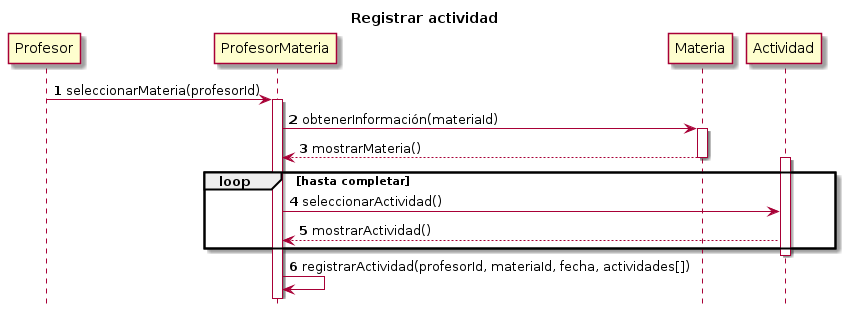
Above: secuencia/registrarActividad.png in DidierDiaz/UML-Code-Generator (PlantUML), before the change.
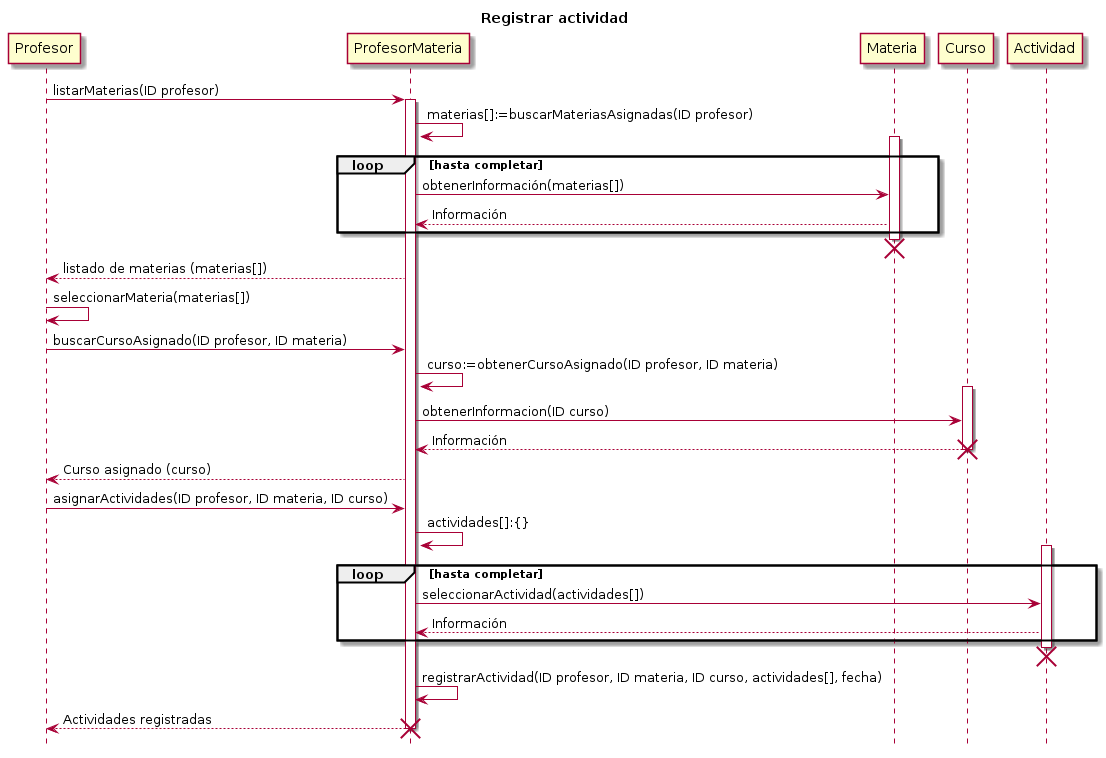
The same diagram one commit later.

Commit message:
Modificación en diagrama de clases y secuencias (registro de actividades y calificaciones)

Diff of the diagram source:
```diff
@@ -2,24 +2,52 @@
 
 	title Registrar actividad
 	hide footbox
-	autonumber
 
-	Profesor -> ProfesorMateria: seleccionarMateria(profesorId)
+	Profesor -> ProfesorMateria: listarMaterias(ID profesor)
 	activate ProfesorMateria
 
-	ProfesorMateria -> Materia: obtenerInformación(materiaId)
+	ProfesorMateria -> ProfesorMateria: materias[]:=buscarMateriasAsignadas(ID profesor)
+
 	activate Materia
+	loop hasta completar
+		ProfesorMateria -> Materia: obtenerInformación(materias[])
+		Materia --> ProfesorMateria: Información
+	end
+	deactivate Materia
+	destroy Materia
 
-	Materia --> ProfesorMateria: mostrarMateria()
-	deactivate Materia
+	ProfesorMateria --> Profesor: listado de materias (materias[])
+
+	Profesor -> Profesor: seleccionarMateria(materias[])
+
+	Profesor -> ProfesorMateria: buscarCursoAsignado(ID profesor, ID materia)
+
+	ProfesorMateria -> ProfesorMateria: curso:=obtenerCursoAsignado(ID profesor, ID materia)
+
+	activate Curso
+	ProfesorMateria -> Curso: obtenerInformacion(ID curso)
+	Curso --> ProfesorMateria: Información
+	destroy Curso
+
+	ProfesorMateria --> Profesor: Curso asignado (curso)
+
+	Profesor -> ProfesorMateria: asignarActividades(ID profesor, ID materia, ID curso)
+
+	ProfesorMateria -> ProfesorMateria: actividades[]:{}
 
 	activate Actividad
 	loop hasta completar
-		ProfesorMateria -> Actividad: seleccionarActividad()
-		Actividad --> ProfesorMateria: mostrarActividad()
+		ProfesorMateria -> Actividad: seleccionarActividad(actividades[])
+		Actividad --> ProfesorMateria: Información
 	end
 	deactivate Actividad
+	destroy Actividad
 
-	ProfesorMateria -> ProfesorMateria: registrarActividad(profesorId, materiaId, fecha, actividades[])
+	ProfesorMateria -> ProfesorMateria: registrarActividad(ID profesor, ID materia, ID curso, actividades[], fecha)
+
+	ProfesorMateria --> Profesor: Actividades registradas
+	deactivate ProfesorMateria
+	destroy ProfesorMateria
+
 
 @enduml
```
